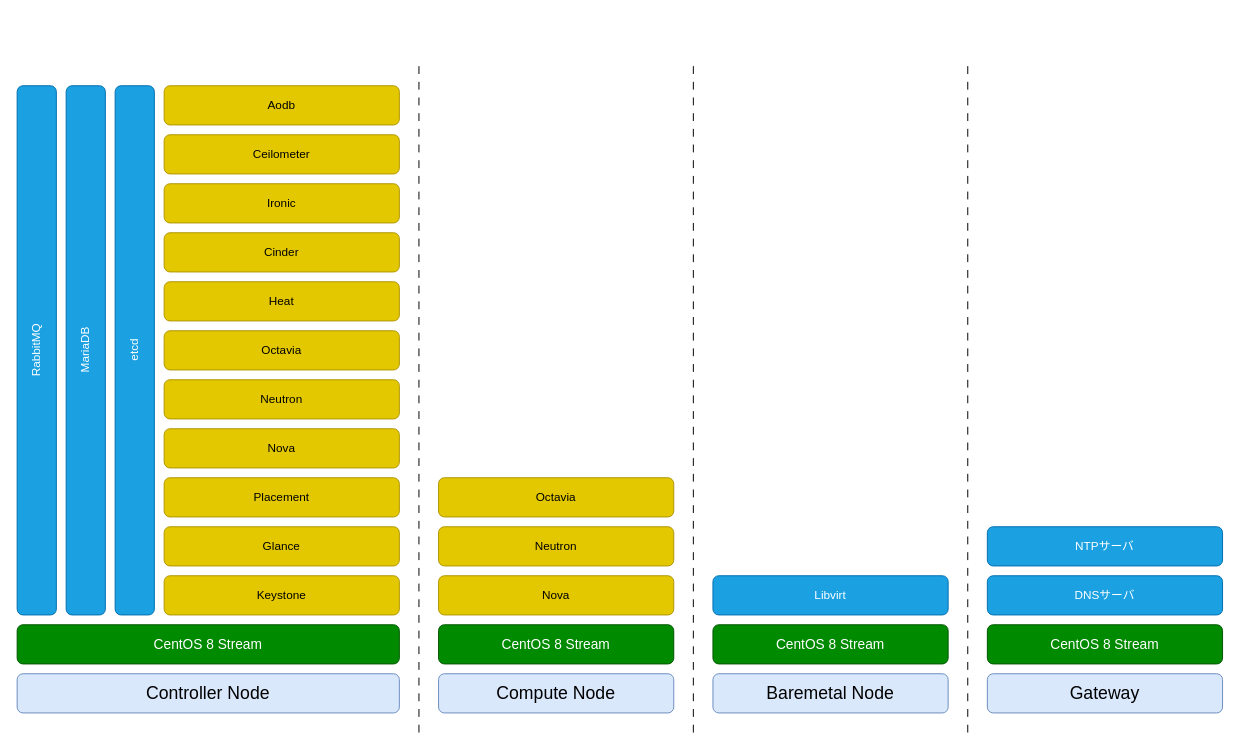
This is _static/image/software_diagram.drawio from 9506hqwy/openstack_study_notes, a draw.io file, before an edit. Source tidied: cells renumbered, new cells numbered last; positions are measured from the earlier drawing's top-left corner, leaving out a move shared by most shapes. Both pictures are drawn from the tidied source at 98%, with x=0, y=0 at pixel (17, 66).
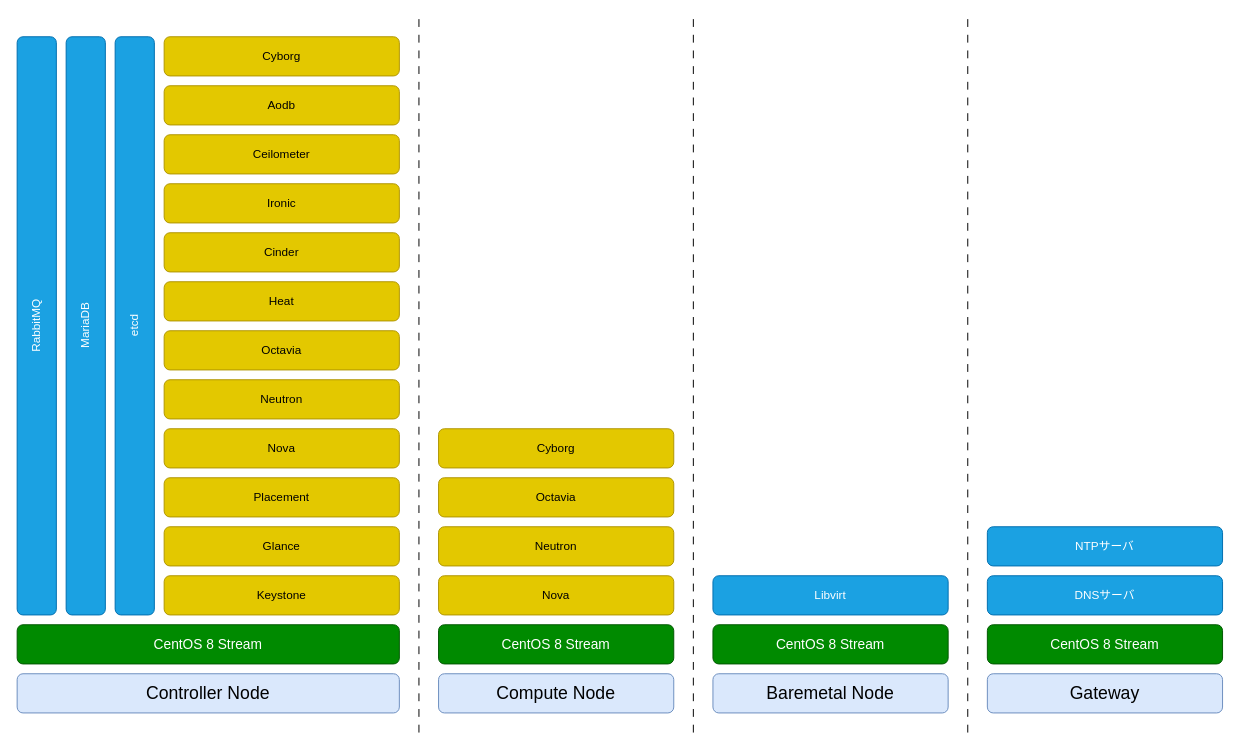
The same page after the edit.

Commit message (it also covers changes not shown here):
Cyborg について記載した。

What changed in the source:
```diff
@@
     <mxCell id="11" value="RabbitMQ" style="rounded=1;whiteSpace=wrap;html=1;fillColor=#1ba1e2;strokeColor=#006EAF;direction=north;textDirection=vertical-rl;rotation=-180;fontColor=#ffffff;" parent="1" vertex="1">
-      <mxGeometry y="20" width="40" height="540" as="geometry" />
+      <mxGeometry y="-30" width="40" height="590" as="geometry" />
     </mxCell>
     <mxCell id="12" value="MariaDB" style="rounded=1;whiteSpace=wrap;html=1;fillColor=#1ba1e2;strokeColor=#006EAF;direction=north;textDirection=vertical-rl;rotation=-180;fontColor=#ffffff;" parent="1" vertex="1">
-      <mxGeometry x="50" y="20" width="40" height="540" as="geometry" />
+      <mxGeometry x="50" y="-30" width="40" height="590" as="geometry" />
     </mxCell>
     <mxCell id="13" value="etcd" style="rounded=1;whiteSpace=wrap;html=1;fillColor=#1ba1e2;strokeColor=#006EAF;direction=north;textDirection=vertical-rl;rotation=-180;fontColor=#ffffff;" parent="1" vertex="1">
-      <mxGeometry x="100" y="20" width="40" height="540" as="geometry" />
+      <mxGeometry x="100" y="-30" width="40" height="590" as="geometry" />
     </mxCell>
@@
     <mxCell id="18" style="endArrow=none;html=1;rounded=0;dashed=1;dashPattern=8 8;" parent="1" edge="1">
       <mxGeometry relative="1" as="geometry">
         <mxPoint x="970" y="680" as="sourcePoint" />
-        <mxPoint x="970" as="targetPoint" />
+        <mxPoint x="970" y="-50" as="targetPoint" />
       </mxGeometry>
     </mxCell>
     <mxCell id="19" style="endArrow=none;html=1;rounded=0;dashed=1;dashPattern=8 8;" parent="1" edge="1">
       <mxGeometry relative="1" as="geometry">
         <mxPoint x="690" y="680" as="sourcePoint" />
-        <mxPoint x="690" as="targetPoint" />
+        <mxPoint x="690" y="-50" as="targetPoint" />
       </mxGeometry>
     </mxCell>
@@
     <mxCell id="23" style="endArrow=none;html=1;rounded=0;dashed=1;dashPattern=8 8;" parent="1" edge="1">
       <mxGeometry relative="1" as="geometry">
         <mxPoint x="410" y="680" as="sourcePoint" />
-        <mxPoint x="410" as="targetPoint" />
+        <mxPoint x="410" y="-50" as="targetPoint" />
       </mxGeometry>
     </mxCell>
@@
+    <mxCell id="33" value="Cyborg" style="rounded=1;whiteSpace=wrap;html=1;fillColor=#e3c800;strokeColor=#B09500;fontColor=#000000;" parent="1" vertex="1">
+      <mxGeometry x="430" y="370" width="240" height="40" as="geometry" />
+    </mxCell>
+    <mxCell id="34" value="Cyborg" style="rounded=1;whiteSpace=wrap;html=1;fillColor=#e3c800;strokeColor=#B09500;fontColor=#000000;" parent="1" vertex="1">
+      <mxGeometry x="150" y="-30" width="240" height="40" as="geometry" />
+    </mxCell>
```
